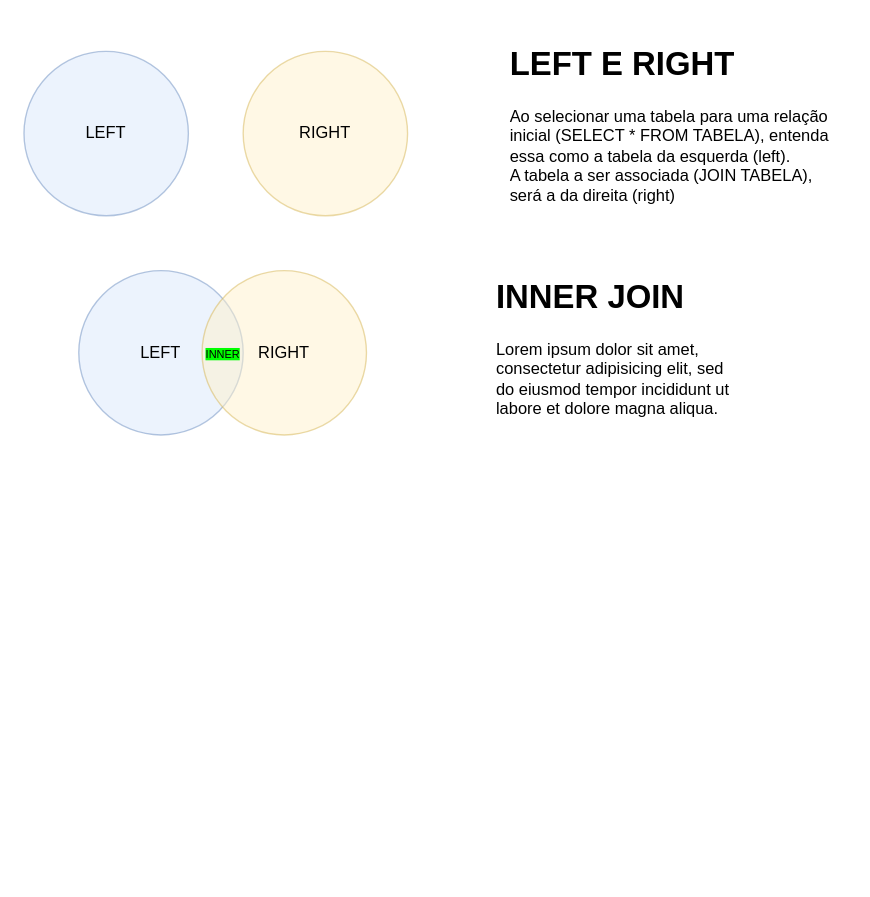
This is aulas/13/joins.drawio from NataliPF/Banco-Dados-Senac, a draw.io file, before an edit. Source tidied: cells renumbered, new cells numbered last; positions are measured from the earlier drawing's top-left corner, leaving out a move shared by most shapes. Both pictures are drawn from the tidied source at 137%, with x=0, y=0 at pixel (23, 37).
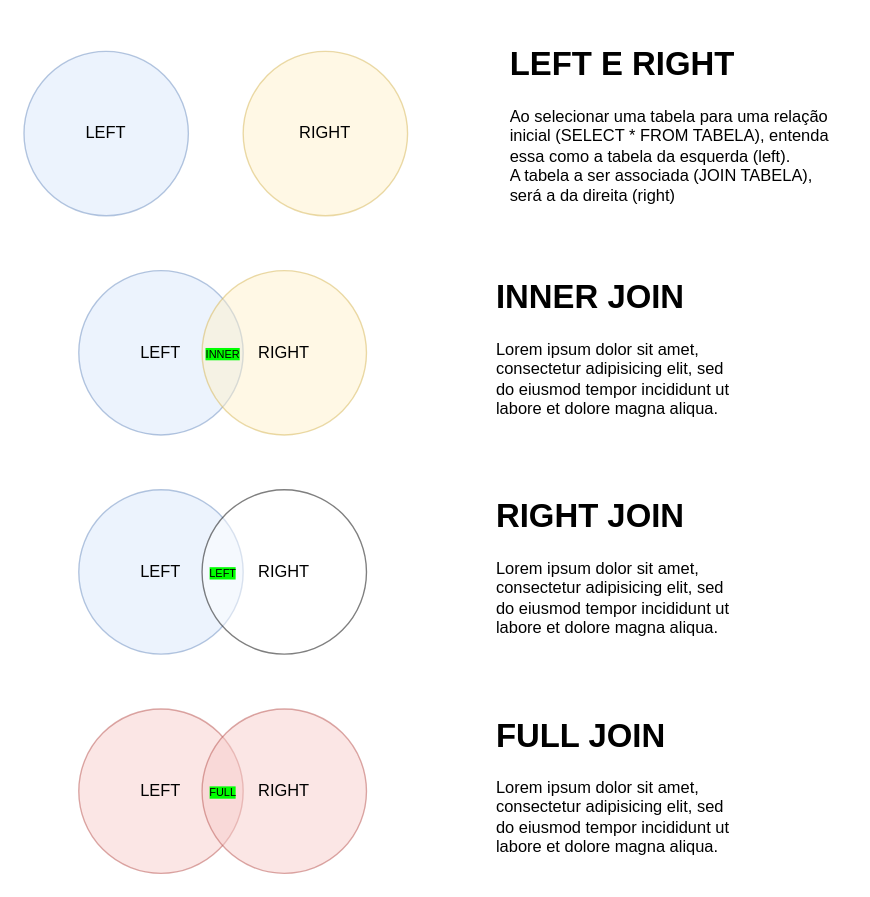
The same page after the edit.

What changed in the source:
```diff
@@
 <mxGraphModel>
   <root>
     <mxCell id="0" />
     <mxCell id="1" parent="0" />
     <mxCell id="2" value="LEFT" style="ellipse;whiteSpace=wrap;html=1;fillColor=#dae8fc;strokeColor=#6c8ebf;opacity=50;" parent="1" vertex="1">
       <mxGeometry y="10" width="120" height="120" as="geometry" />
     </mxCell>
     <mxCell id="3" value="RIGHT" style="ellipse;whiteSpace=wrap;html=1;fillColor=#fff2cc;strokeColor=#d6b656;opacity=50;" parent="1" vertex="1">
       <mxGeometry x="160" y="10" width="120" height="120" as="geometry" />
     </mxCell>
     <mxCell id="4" value="&lt;h1&gt;LEFT E RIGHT&lt;/h1&gt;&lt;p&gt;Ao selecionar uma tabela para uma relação inicial (SELECT * FROM TABELA), entenda essa como a tabela da esquerda (left).&lt;br&gt;A tabela a ser associada (JOIN TABELA), será a da direita (right)&lt;/p&gt;" style="text;html=1;spacing=5;spacingTop=-20;whiteSpace=wrap;overflow=hidden;rounded=0;" parent="1" vertex="1">
       <mxGeometry x="350" width="250" height="140" as="geometry" />
     </mxCell>
     <mxCell id="5" value="LEFT" style="ellipse;whiteSpace=wrap;html=1;fillColor=#dae8fc;strokeColor=#6c8ebf;opacity=50;" parent="1" vertex="1">
       <mxGeometry x="40" y="170" width="120" height="120" as="geometry" />
     </mxCell>
     <mxCell id="6" value="RIGHT" style="ellipse;whiteSpace=wrap;html=1;fillColor=#fff2cc;strokeColor=#d6b656;opacity=50;" parent="1" vertex="1">
       <mxGeometry x="130" y="170" width="120" height="120" as="geometry" />
     </mxCell>
     <mxCell id="7" value="&lt;font style=&quot;font-size: 8px; background-color: rgb(0, 255, 0);&quot;&gt;INNER&lt;/font&gt;" style="text;html=1;align=center;verticalAlign=middle;strokeColor=none;fillColor=none;" parent="1" vertex="1">
       <mxGeometry x="120" y="215" width="50" height="30" as="geometry" />
     </mxCell>
     <mxCell id="8" value="&lt;h1&gt;INNER JOIN&lt;/h1&gt;&lt;p&gt;Lorem ipsum dolor sit amet, consectetur adipisicing elit, sed do eiusmod tempor incididunt ut labore et dolore magna aliqua.&lt;/p&gt;" style="text;html=1;spacing=5;spacingTop=-20;whiteSpace=wrap;overflow=hidden;rounded=0;" parent="1" vertex="1">
       <mxGeometry x="340" y="170" width="190" height="120" as="geometry" />
     </mxCell>
+    <mxCell id="9" value="LEFT" style="ellipse;whiteSpace=wrap;html=1;fillColor=#dae8fc;strokeColor=#6c8ebf;opacity=50;" parent="1" vertex="1">
+      <mxGeometry x="40" y="330" width="120" height="120" as="geometry" />
+    </mxCell>
+    <mxCell id="10" value="RIGHT" style="ellipse;whiteSpace=wrap;html=1;opacity=50;" parent="1" vertex="1">
+      <mxGeometry x="130" y="330" width="120" height="120" as="geometry" />
+    </mxCell>
+    <mxCell id="11" value="&lt;span style=&quot;font-size: 8px; background-color: rgb(0, 255, 0);&quot;&gt;LEFT&lt;/span&gt;" style="text;html=1;align=center;verticalAlign=middle;strokeColor=none;fillColor=none;" parent="1" vertex="1">
+      <mxGeometry x="125" y="375" width="40" height="30" as="geometry" />
+    </mxCell>
+    <mxCell id="12" value="&lt;h1&gt;RIGHT JOIN&lt;/h1&gt;&lt;p&gt;Lorem ipsum dolor sit amet, consectetur adipisicing elit, sed do eiusmod tempor incididunt ut labore et dolore magna aliqua.&lt;/p&gt;" style="text;html=1;spacing=5;spacingTop=-20;whiteSpace=wrap;overflow=hidden;rounded=0;" parent="1" vertex="1">
+      <mxGeometry x="340" y="330" width="190" height="120" as="geometry" />
+    </mxCell>
+    <mxCell id="13" value="LEFT" style="ellipse;whiteSpace=wrap;html=1;opacity=50;fillColor=#f8cecc;strokeColor=#b85450;" parent="1" vertex="1">
+      <mxGeometry x="40" y="490" width="120" height="120" as="geometry" />
+    </mxCell>
+    <mxCell id="14" value="RIGHT" style="ellipse;whiteSpace=wrap;html=1;opacity=50;fillColor=#f8cecc;strokeColor=#b85450;" parent="1" vertex="1">
+      <mxGeometry x="130" y="490" width="120" height="120" as="geometry" />
+    </mxCell>
+    <mxCell id="15" value="&lt;span style=&quot;font-size: 8px; background-color: rgb(0, 255, 0);&quot;&gt;FULL&lt;/span&gt;" style="text;html=1;align=center;verticalAlign=middle;strokeColor=none;fillColor=none;" parent="1" vertex="1">
+      <mxGeometry x="125" y="535" width="40" height="30" as="geometry" />
+    </mxCell>
+    <mxCell id="16" value="&lt;h1&gt;FULL JOIN&lt;/h1&gt;&lt;p&gt;Lorem ipsum dolor sit amet, consectetur adipisicing elit, sed do eiusmod tempor incididunt ut labore et dolore magna aliqua.&lt;/p&gt;" style="text;html=1;spacing=5;spacingTop=-20;whiteSpace=wrap;overflow=hidden;rounded=0;" parent="1" vertex="1">
+      <mxGeometry x="340" y="490" width="190" height="120" as="geometry" />
+    </mxCell>
   </root>
 </mxGraphModel>
```
